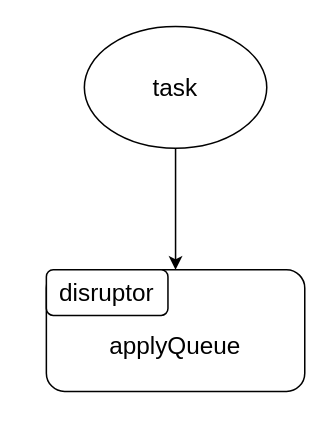
The draw.io diagram jraft/jraft日志复制.drawio in wwl74100/2022-learn, before the edit. Source tidied: cells renumbered, new cells numbered last; positions are measured from the earlier drawing's top-left corner, leaving out a move shared by most shapes. Both pictures are drawn from the tidied source at 152%, with x=0, y=0 at pixel (46, 26).
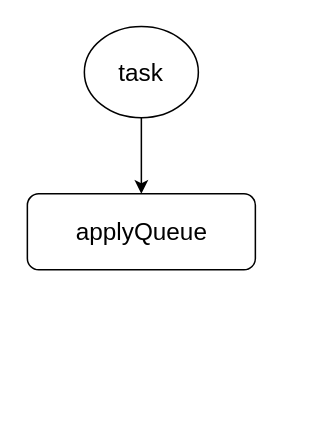
Above is the later version.

Commit message (it also covers changes not shown here):
更新jraft日志复制.drawio

Diff of the diagram source:
```diff
@@
 <mxGraphModel>
   <root>
     <mxCell id="0" />
     <mxCell id="1" parent="0" />
-    <mxCell id="2" style="group;" parent="1" vertex="1">
-      <mxGeometry y="160" width="170" height="100" as="geometry" />
-    </mxCell>
-    <mxCell id="3" value="&lt;div&gt;&lt;font style=&quot;font-size: 16px;&quot;&gt;&lt;br&gt;&lt;/font&gt;&lt;/div&gt;&lt;font style=&quot;font-size: 16px;&quot;&gt;applyQueue&lt;/font&gt;" style="rounded=1;whiteSpace=wrap;html=1;" parent="2" vertex="1">
-      <mxGeometry width="170" height="80" as="geometry" />
-    </mxCell>
-    <mxCell id="4" value="&lt;font style=&quot;font-size: 16px;&quot;&gt;disruptor&lt;/font&gt;" style="rounded=1;whiteSpace=wrap;html=1;" parent="2" vertex="1">
-      <mxGeometry width="80" height="30" as="geometry" />
-    </mxCell>
     <mxCell id="5" style="edgeStyle=orthogonalEdgeStyle;rounded=0;jettySize=auto;html=1;entryX=0.5;entryY=0;entryDx=0;entryDy=0;" parent="1" edge="1" source="6" target="3">
       <mxGeometry relative="1" as="geometry" />
     </mxCell>
     <mxCell id="6" value="&lt;font style=&quot;font-size: 16px;&quot;&gt;task&lt;/font&gt;" style="ellipse;whiteSpace=wrap;html=1;" parent="1" vertex="1">
-      <mxGeometry x="25" width="120" height="80" as="geometry" />
+      <mxGeometry x="25" width="75" height="60" as="geometry" />
     </mxCell>
+    <mxCell id="3" value="&lt;div&gt;&lt;span style=&quot;font-size: 16px; background-color: transparent; color: light-dark(rgb(0, 0, 0), rgb(255, 255, 255));&quot;&gt;applyQueue&lt;/span&gt;&lt;/div&gt;" style="rounded=1;whiteSpace=wrap;html=1;" parent="1" vertex="1">
+      <mxGeometry x="-12.5" y="110" width="150" height="50" as="geometry" />
+    </mxCell>
   </root>
 </mxGraphModel>
```
